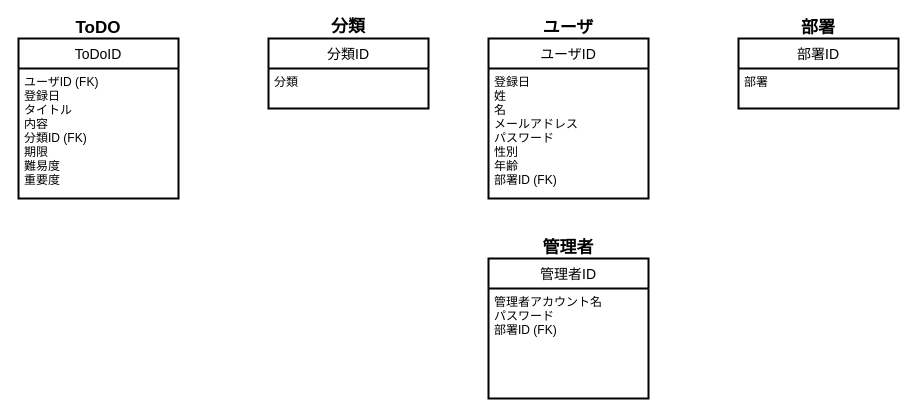
Above: portfolio03/01/requirement_definition/er/portfolio03_01_er_logical.drawio in RRRYOOO/portfolio (draw.io), before the change. Source tidied: cells renumbered, new cells numbered last; positions are measured from the earlier drawing's top-left corner, leaving out a move shared by most shapes. Both pictures are drawn from the tidied source at 100%, with x=0, y=0 at pixel (18, 17).
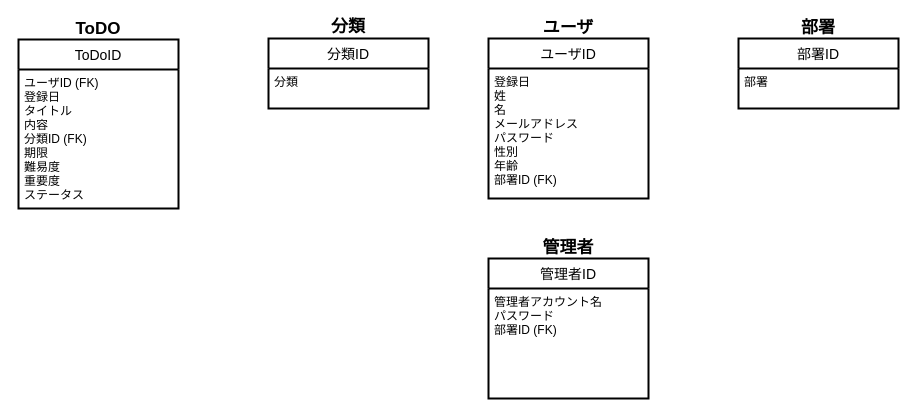
The same diagram, later.

The edit, as a diff of the source:
```diff
@@
 <mxGraphModel>
   <root>
     <mxCell id="0" />
     <mxCell id="1" parent="0" />
     <mxCell id="2" value="ユーザID" style="swimlane;horizontal=1;startSize=30;rounded=0;fontSize=14;fontStyle=0;strokeWidth=2;shadow=0;dashed=0;align=center;" parent="1" vertex="1">
       <mxGeometry x="470" y="21" width="160" height="160" as="geometry" />
     </mxCell>
     <mxCell id="3" value="登録日&#10;姓&#10;名&#10;メールアドレス&#10;パスワード&#10;性別&#10;年齢&#10;部署ID (FK)" style="align=left;strokeColor=none;fillColor=none;spacingLeft=4;fontSize=12;verticalAlign=top;" parent="2" vertex="1">
       <mxGeometry y="30" width="160" height="130" as="geometry" />
     </mxCell>
     <mxCell id="4" value="部署ID" style="swimlane;horizontal=1;startSize=30;rounded=0;fontSize=14;fontStyle=0;strokeWidth=2;shadow=0;dashed=0;align=center;" parent="1" vertex="1">
       <mxGeometry x="720" y="21" width="160" height="70" as="geometry" />
     </mxCell>
     <mxCell id="5" value="部署&#10;" style="align=left;strokeColor=none;fillColor=none;spacingLeft=4;fontSize=12;verticalAlign=top;" parent="4" vertex="1">
       <mxGeometry y="30" width="160" height="40" as="geometry" />
     </mxCell>
     <mxCell id="6" value="管理者ID" style="swimlane;horizontal=1;startSize=30;rounded=0;fontSize=14;fontStyle=0;strokeWidth=2;shadow=0;dashed=0;align=center;" parent="1" vertex="1">
       <mxGeometry x="470" y="241" width="160" height="140" as="geometry" />
     </mxCell>
     <mxCell id="7" value="管理者アカウント名&#10;パスワード&#10;部署ID (FK)" style="align=left;strokeColor=none;fillColor=none;spacingLeft=4;fontSize=12;verticalAlign=top;" parent="6" vertex="1">
       <mxGeometry y="30" width="160" height="110" as="geometry" />
     </mxCell>
     <mxCell id="8" style="group;" parent="1" vertex="1">
-      <mxGeometry y="1" width="160" height="180" as="geometry" />
+      <mxGeometry y="1" width="160" height="190" as="geometry" />
     </mxCell>
     <mxCell id="9" value="ToDoID" style="swimlane;horizontal=1;startSize=30;rounded=0;fontSize=14;fontStyle=0;strokeWidth=2;shadow=0;dashed=0;align=center;" parent="8" vertex="1">
-      <mxGeometry y="20" width="160" height="160" as="geometry" />
+      <mxGeometry y="21.1" width="160" height="168.9" as="geometry" />
     </mxCell>
-    <mxCell id="10" value="ユーザID (FK)&#10;登録日&#10;タイトル&#10;内容&#10;分類ID (FK)&#10;期限&#10;難易度&#10;重要度&#10;" style="align=left;strokeColor=none;fillColor=none;spacingLeft=4;fontSize=12;verticalAlign=top;" parent="9" vertex="1">
-      <mxGeometry y="30" width="160" height="130" as="geometry" />
+    <mxCell id="10" value="ユーザID (FK)&#10;登録日&#10;タイトル&#10;内容&#10;分類ID (FK)&#10;期限&#10;難易度&#10;重要度&#10;ステータス" style="align=left;strokeColor=none;fillColor=none;spacingLeft=4;fontSize=12;verticalAlign=top;" parent="9" vertex="1">
+      <mxGeometry y="30" width="160" height="138.9" as="geometry" />
     </mxCell>
     <mxCell id="11" value="ToDO" style="text;html=1;strokeColor=none;fillColor=none;align=center;verticalAlign=middle;whiteSpace=wrap;rounded=0;fontSize=17;fontStyle=1;" parent="8" vertex="1">
-      <mxGeometry x="60" width="40" height="20" as="geometry" />
+      <mxGeometry x="60" width="40" height="21.1" as="geometry" />
     </mxCell>
     <mxCell id="12" style="group;" parent="1" vertex="1">
       <mxGeometry x="250" width="160" height="91" as="geometry" />
     </mxCell>
     <mxCell id="13" value="分類ID" style="swimlane;horizontal=1;startSize=30;rounded=0;fontSize=14;fontStyle=0;strokeWidth=2;shadow=0;dashed=0;align=center;" parent="12" vertex="1">
       <mxGeometry y="21" width="160" height="70" as="geometry" />
     </mxCell>
     <mxCell id="14" value="分類&#10;" style="align=left;strokeColor=none;fillColor=none;spacingLeft=4;fontSize=12;verticalAlign=top;" parent="13" vertex="1">
       <mxGeometry y="30" width="160" height="40" as="geometry" />
     </mxCell>
     <mxCell id="15" value="分類" style="text;html=1;strokeColor=none;fillColor=none;align=center;verticalAlign=middle;whiteSpace=wrap;rounded=0;fontSize=17;fontStyle=1;" parent="12" vertex="1">
       <mxGeometry x="60" width="40" height="20" as="geometry" />
     </mxCell>
     <mxCell id="16" value="ユーザ" style="text;html=1;strokeColor=none;fillColor=none;align=center;verticalAlign=middle;whiteSpace=wrap;rounded=0;fontSize=17;fontStyle=1;" parent="1" vertex="1">
       <mxGeometry x="520" y="1" width="60" height="20" as="geometry" />
     </mxCell>
     <mxCell id="17" value="管理者" style="text;html=1;strokeColor=none;fillColor=none;align=center;verticalAlign=middle;whiteSpace=wrap;rounded=0;fontSize=17;fontStyle=1;" parent="1" vertex="1">
       <mxGeometry x="520" y="221" width="60" height="20" as="geometry" />
     </mxCell>
     <mxCell id="18" value="部署" style="text;html=1;strokeColor=none;fillColor=none;align=center;verticalAlign=middle;whiteSpace=wrap;rounded=0;fontSize=17;fontStyle=1;" parent="1" vertex="1">
       <mxGeometry x="770" y="1" width="60" height="20" as="geometry" />
     </mxCell>
   </root>
 </mxGraphModel>
```
